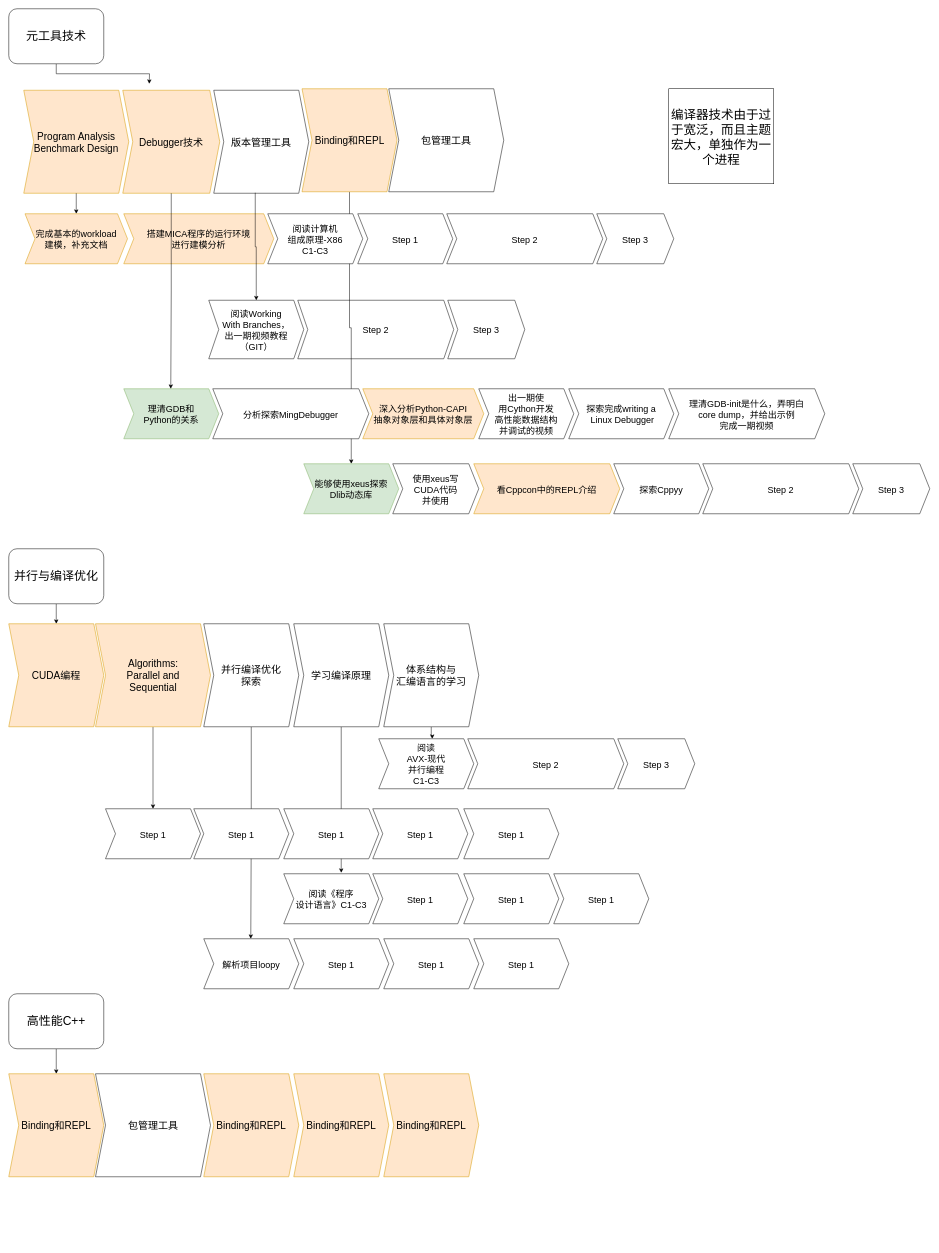
This is page "最近的" (2 of 2) of scheduler.drawio from xiaoniaoyouhuajiang/ClassNotebook, a draw.io file, before an edit. Source tidied: cells renumbered, new cells numbered last; positions are measured from the earlier drawing's top-left corner, leaving out a move shared by most shapes. Both pictures are drawn from the tidied source at 50%, with x=0, y=0 at pixel (8, 8).
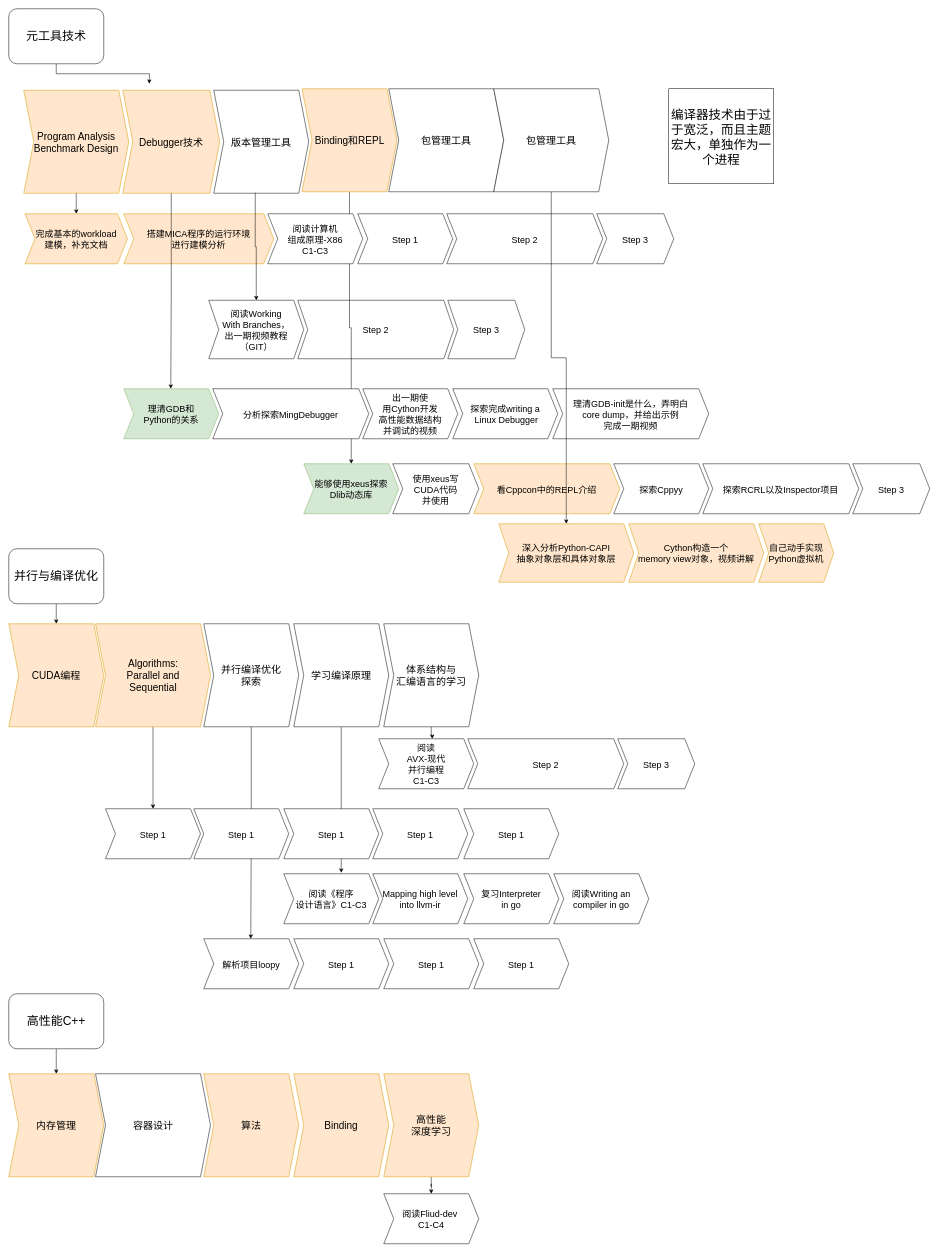
Above is the later version.

What changed in the source:
```diff
@@
-    <mxCell id="22" value="深入分析Python-CAPI&#10;抽象对象层和具体对象层" style="shape=step;perimeter=stepPerimeter;fixedSize=1;points=[];fontSize=18;fillColor=#ffe6cc;strokeColor=#d79b00;" parent="1" vertex="1">
-      <mxGeometry x="708" y="760" width="242" height="100" as="geometry" />
-    </mxCell>
@@
     <mxCell id="24" value="出一期使&#10;用Cython开发&#10;高性能数据结构&#10;并调试的视频" style="shape=step;perimeter=stepPerimeter;fixedSize=1;fontSize=18;" parent="1" vertex="1">
-      <mxGeometry x="940" y="760" width="190" height="100" as="geometry" />
+      <mxGeometry x="708" y="760" width="190" height="100" as="geometry" />
     </mxCell>
     <mxCell id="25" value="理清GDB-init是什么，弄明白&#10;core dump，并给出示例&#10;完成一期视频" style="shape=step;perimeter=stepPerimeter;fixedSize=1;fontSize=18;" parent="1" vertex="1">
-      <mxGeometry x="1320" y="760" width="312" height="100" as="geometry" />
+      <mxGeometry x="1088" y="760" width="312" height="100" as="geometry" />
     </mxCell>
     <mxCell id="26" value="探索完成writing a&#10; Linux Debugger" style="shape=step;perimeter=stepPerimeter;fixedSize=1;fontSize=18;" parent="1" vertex="1">
-      <mxGeometry x="1120" y="760" width="210" height="100" as="geometry" />
+      <mxGeometry x="888" y="760" width="210" height="100" as="geometry" />
     </mxCell>
@@
-    <mxCell id="34" value="Step 2" style="shape=step;perimeter=stepPerimeter;fixedSize=1;fontSize=18;" parent="1" vertex="1">
+    <mxCell id="34" value="探索RCRL以及Inspector项目" style="shape=step;perimeter=stepPerimeter;fixedSize=1;fontSize=18;" parent="1" vertex="1">
       <mxGeometry x="1388" y="910" width="312" height="100" as="geometry" />
     </mxCell>
@@
-    <mxCell id="49" value="Binding和REPL" style="shape=step;perimeter=stepPerimeter;fixedSize=1;points=[];whiteSpace=wrap;fontSize=20;fillColor=#ffe6cc;strokeColor=#d79b00;" parent="1" vertex="1">
+    <mxCell id="49" value="内存管理" style="shape=step;perimeter=stepPerimeter;fixedSize=1;points=[];whiteSpace=wrap;fontSize=20;fillColor=#ffe6cc;strokeColor=#d79b00;" parent="1" vertex="1">
       <mxGeometry y="2130" width="190" height="206" as="geometry" />
     </mxCell>
-    <mxCell id="50" value="包管理工具" style="shape=step;perimeter=stepPerimeter;fixedSize=1;whiteSpace=wrap;fontSize=20;" parent="1" vertex="1">
+    <mxCell id="50" value="容器设计" style="shape=step;perimeter=stepPerimeter;fixedSize=1;whiteSpace=wrap;fontSize=20;" parent="1" vertex="1">
       <mxGeometry x="173.5" y="2130" width="230" height="206" as="geometry" />
     </mxCell>
-    <mxCell id="51" value="Binding和REPL" style="shape=step;perimeter=stepPerimeter;fixedSize=1;whiteSpace=wrap;fontSize=20;fillColor=#ffe6cc;strokeColor=#d79b00;" parent="1" vertex="1">
+    <mxCell id="51" value="算法" style="shape=step;perimeter=stepPerimeter;fixedSize=1;whiteSpace=wrap;fontSize=20;fillColor=#ffe6cc;strokeColor=#d79b00;" parent="1" vertex="1">
       <mxGeometry x="390" y="2130" width="190" height="206" as="geometry" />
     </mxCell>
-    <mxCell id="52" value="Binding和REPL" style="shape=step;perimeter=stepPerimeter;fixedSize=1;whiteSpace=wrap;fontSize=20;fillColor=#ffe6cc;strokeColor=#d79b00;" parent="1" vertex="1">
+    <mxCell id="52" value="Binding" style="shape=step;perimeter=stepPerimeter;fixedSize=1;whiteSpace=wrap;fontSize=20;fillColor=#ffe6cc;strokeColor=#d79b00;" parent="1" vertex="1">
       <mxGeometry x="570" y="2130" width="190" height="206" as="geometry" />
     </mxCell>
+    <mxCell id="71" style="edgeStyle=orthogonalEdgeStyle;rounded=0;jettySize=auto;html=1;" parent="1" edge="1" source="53" target="76">
+      <mxGeometry relative="1" as="geometry" />
+    </mxCell>
-    <mxCell id="53" value="Binding和REPL" style="shape=step;perimeter=stepPerimeter;fixedSize=1;points=[];whiteSpace=wrap;fontSize=20;fillColor=#ffe6cc;strokeColor=#d79b00;" parent="1" vertex="1">
+    <mxCell id="53" value="高性能&#10;深度学习" style="shape=step;perimeter=stepPerimeter;fixedSize=1;points=[];whiteSpace=wrap;fontSize=20;fillColor=#ffe6cc;strokeColor=#d79b00;" parent="1" vertex="1">
       <mxGeometry x="750" y="2130" width="190" height="206" as="geometry" />
     </mxCell>
@@
-    <mxCell id="63" value="Step 1" style="shape=step;perimeter=stepPerimeter;fixedSize=1;fontSize=18;" parent="1" vertex="1">
+    <mxCell id="63" value="Mapping high level&#10;into llvm-ir" style="shape=step;perimeter=stepPerimeter;fixedSize=1;fontSize=18;" parent="1" vertex="1">
       <mxGeometry x="728" y="1730" width="190" height="100" as="geometry" />
     </mxCell>
-    <mxCell id="64" value="Step 1" style="shape=step;perimeter=stepPerimeter;fixedSize=1;fontSize=18;" parent="1" vertex="1">
+    <mxCell id="64" value="阅读Writing an &#10;compiler in go" style="shape=step;perimeter=stepPerimeter;fixedSize=1;fontSize=18;" parent="1" vertex="1">
       <mxGeometry x="1090" y="1730" width="190" height="100" as="geometry" />
     </mxCell>
-    <mxCell id="65" value="Step 1" style="shape=step;perimeter=stepPerimeter;fixedSize=1;fontSize=18;" parent="1" vertex="1">
+    <mxCell id="65" value="复习Interpreter&#10;in go" style="shape=step;perimeter=stepPerimeter;fixedSize=1;fontSize=18;" parent="1" vertex="1">
       <mxGeometry x="910" y="1730" width="190" height="100" as="geometry" />
     </mxCell>
@@
+    <mxCell id="72" style="edgeStyle=orthogonalEdgeStyle;rounded=0;jettySize=auto;html=1;" parent="1" edge="1" source="73" target="22">
+      <mxGeometry relative="1" as="geometry" />
+    </mxCell>
+    <mxCell id="73" value="包管理工具" style="shape=step;perimeter=stepPerimeter;fixedSize=1;points=[];whiteSpace=wrap;fontSize=20;" parent="1" vertex="1">
+      <mxGeometry x="970" y="160" width="230" height="206" as="geometry" />
+    </mxCell>
+    <mxCell id="22" value="深入分析Python-CAPI&#10;抽象对象层和具体对象层" style="shape=step;perimeter=stepPerimeter;fixedSize=1;points=[];fontSize=18;fillColor=#ffe6cc;strokeColor=#d79b00;" parent="1" vertex="1">
+      <mxGeometry x="980" y="1030" width="270" height="117" as="geometry" />
+    </mxCell>
+    <mxCell id="74" value="Cython构造一个&#10;memory view对象，视频讲解" style="shape=step;perimeter=stepPerimeter;fixedSize=1;fontSize=18;fillColor=#ffe6cc;strokeColor=#d79b00;" parent="1" vertex="1">
+      <mxGeometry x="1240" y="1030" width="270" height="117" as="geometry" />
+    </mxCell>
+    <mxCell id="75" value="自己动手实现&#10;Python虚拟机" style="shape=step;perimeter=stepPerimeter;fixedSize=1;fontSize=18;fillColor=#ffe6cc;strokeColor=#d79b00;" parent="1" vertex="1">
+      <mxGeometry x="1500" y="1030" width="150" height="117" as="geometry" />
+    </mxCell>
+    <mxCell id="76" value="阅读Fliud-dev &#10;C1-C4" style="shape=step;perimeter=stepPerimeter;fixedSize=1;points=[];fontSize=18;" parent="1" vertex="1">
+      <mxGeometry x="750" y="2370" width="190" height="100" as="geometry" />
+    </mxCell>
```
